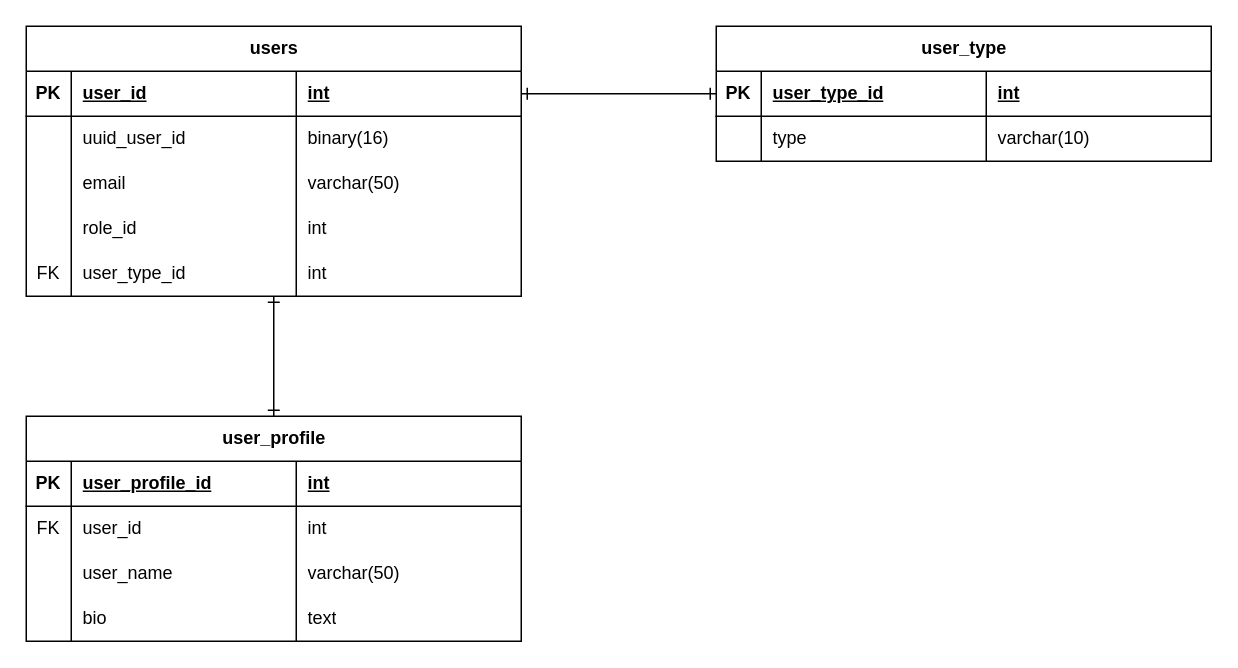
Before: docs/user_service/user_service_er.drawio in Nahaq789/micron, a draw.io diagram. Source tidied: cells renumbered, new cells numbered last; positions are measured from the earlier drawing's top-left corner, leaving out a move shared by most shapes. Both pictures are drawn from the tidied source at 150%, with x=0, y=0 at pixel (26, 26).
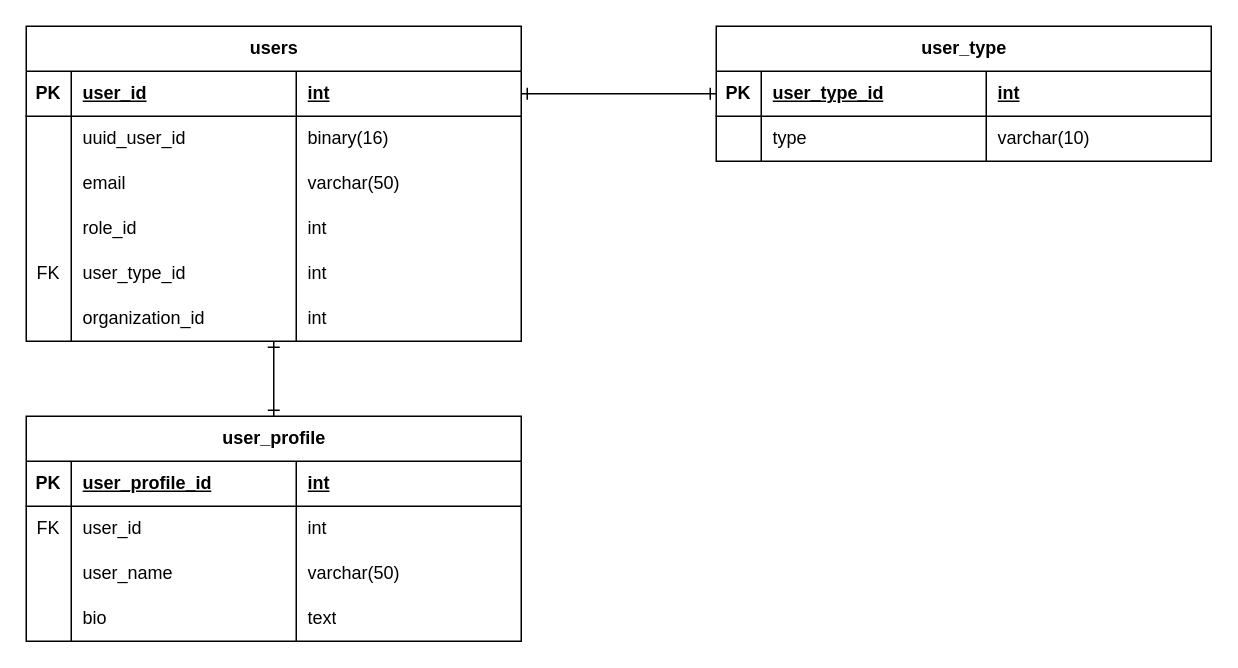
After the change.

Change to the diagram source:
```diff
@@
     <mxCell id="3" value="users" style="shape=table;startSize=30;childLayout=tableLayout;rowLines=0;fontStyle=1;align=center;html=1;" parent="1" vertex="1">
-      <mxGeometry width="330" height="180" as="geometry" />
+      <mxGeometry width="330" height="210" as="geometry" />
     </mxCell>
@@
+    <mxCell id="51" style="shape=tableRow;horizontal=0;startSize=0;swimlaneHead=0;swimlaneBody=0;fillColor=none;top=0;left=0;right=0;bottom=0;" parent="3" vertex="1">
+      <mxGeometry y="180" width="330" height="30" as="geometry" />
+    </mxCell>
+    <mxCell id="52" style="shape=partialRectangle;fillColor=none;top=0;left=0;bottom=0;right=0;overflow=hidden;whiteSpace=wrap;html=1;" parent="51" vertex="1">
+      <mxGeometry width="30" height="30" as="geometry" />
+    </mxCell>
+    <mxCell id="53" value="organization_id" style="shape=partialRectangle;fillColor=none;top=0;left=0;bottom=0;right=0;align=left;spacingLeft=6;overflow=hidden;whiteSpace=wrap;html=1;" parent="51" vertex="1">
+      <mxGeometry x="30" width="150" height="30" as="geometry" />
+    </mxCell>
+    <mxCell id="54" value="int" style="shape=partialRectangle;fillColor=none;top=0;left=0;bottom=0;right=0;align=left;spacingLeft=6;overflow=hidden;whiteSpace=wrap;html=1;" parent="51" vertex="1">
+      <mxGeometry x="180" width="150" height="30" as="geometry" />
+    </mxCell>
```
